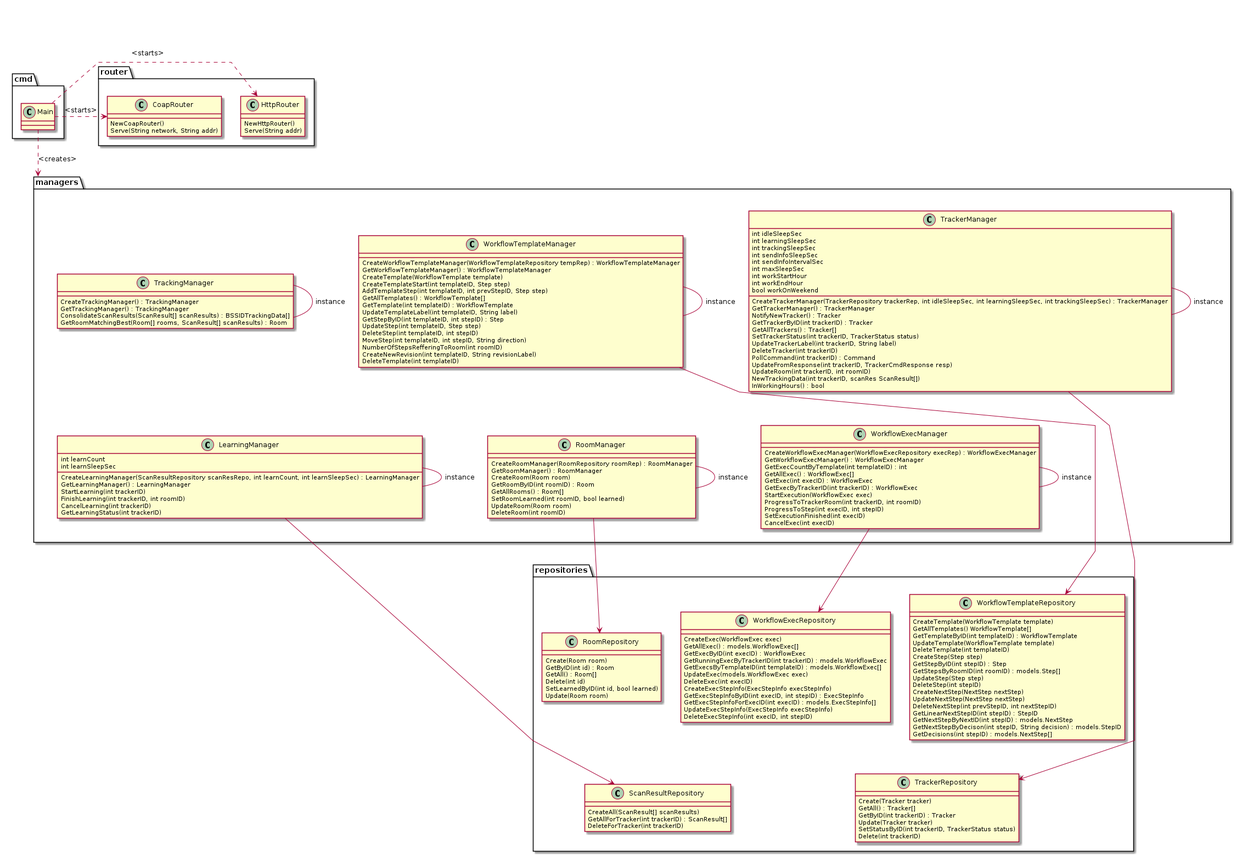
Earlier version of the PlantUML export paper/images/server_architecture.png (glidingthroughspace/paper-tracker).
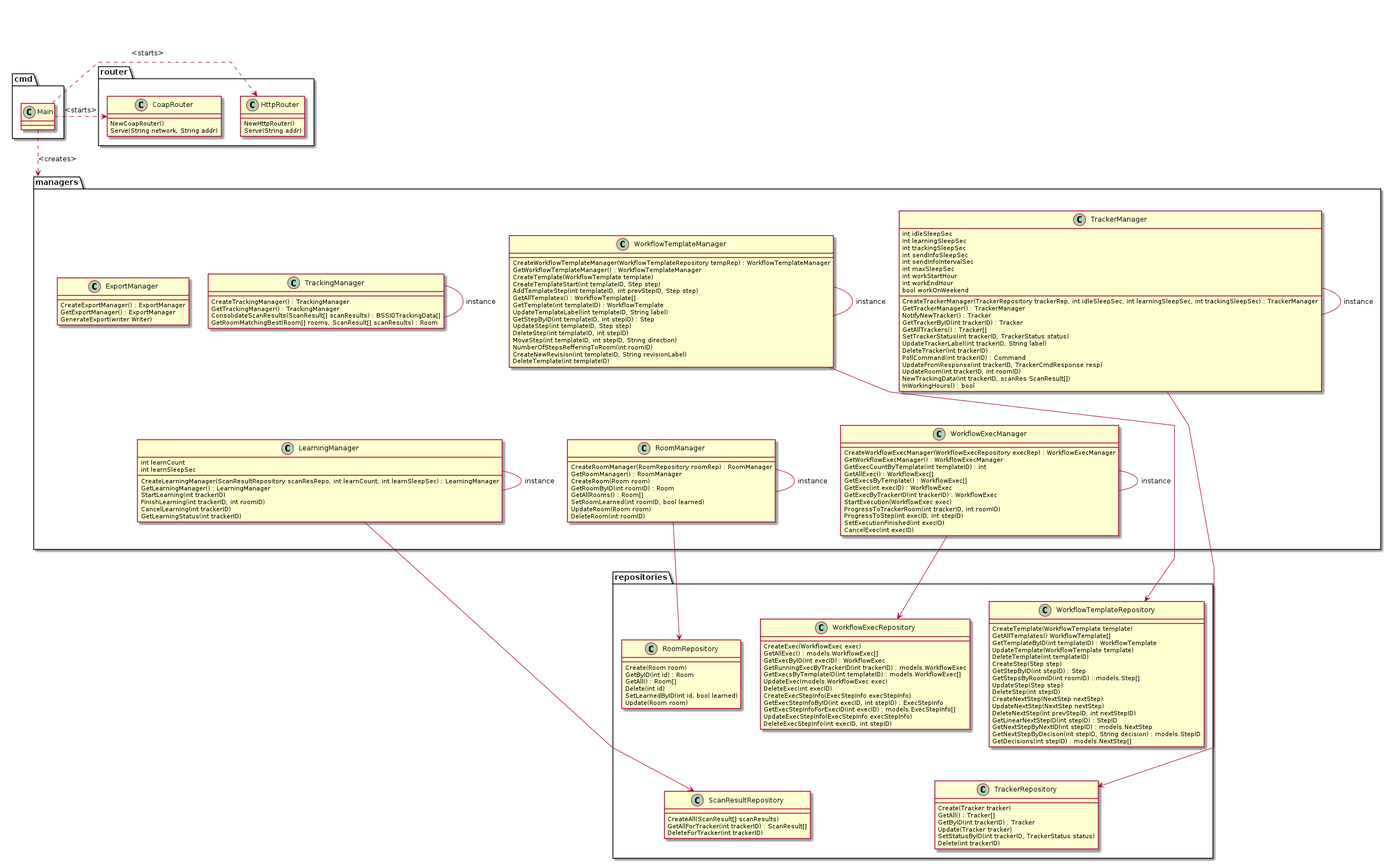
Later version of the same file.

Commit message:
Paper: Add xlsx dependency, update server architecture

The edit, as a diff of the source:
```diff
@@ -80,6 +80,7 @@
     GetWorkflowExecManager() : WorkflowExecManager
     GetExecCountByTemplate(int templateID) : int
     GetAllExec() : WorkflowExec[]
+    GetExecsByTemplate() : WorkflowExec[]
     GetExec(int execID) : WorkflowExec
     GetExecByTrackerID(int trackerID) : WorkflowExec
     StartExecution(WorkflowExec exec)
@@ -105,6 +106,12 @@
     NumberOfStepsRefferingToRoom(int roomID)
     CreateNewRevision(int templateID, String revisionLabel)
     DeleteTemplate(int templateID)
+  }
+
+  class ExportManager {
+    CreateExportManager() : ExportManager
+    GetExportManager() : ExportManager
+    GenerateExport(writer Writer)
   }
 }
 
```
